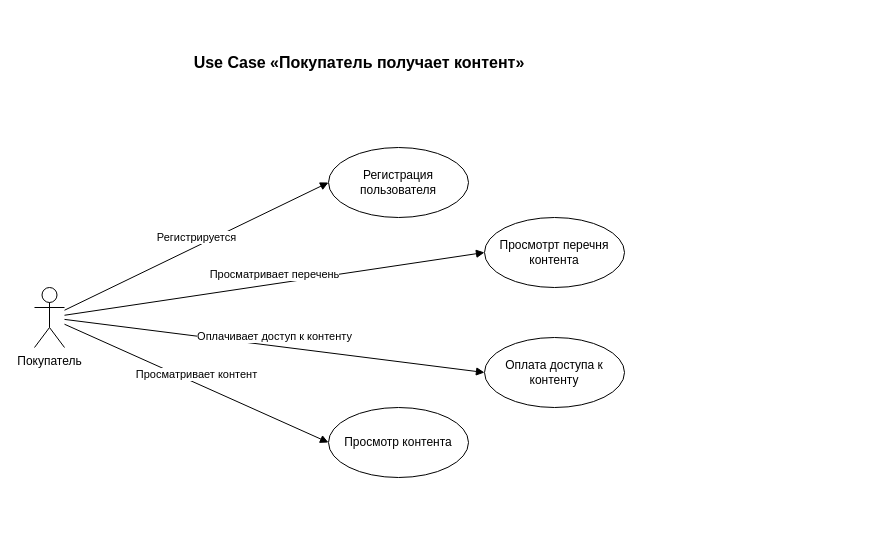
This is page "use-case-2" (3 of 3) of hw1/(1) use-cases.drawio from Slezkin-AV/microservice_hw, a draw.io file, before an edit. Source tidied: cells renumbered, new cells numbered last; positions are measured from the earlier drawing's top-left corner, leaving out a move shared by most shapes. Both pictures are drawn from the tidied source at 100%, with x=0, y=0 at pixel (34, 47).
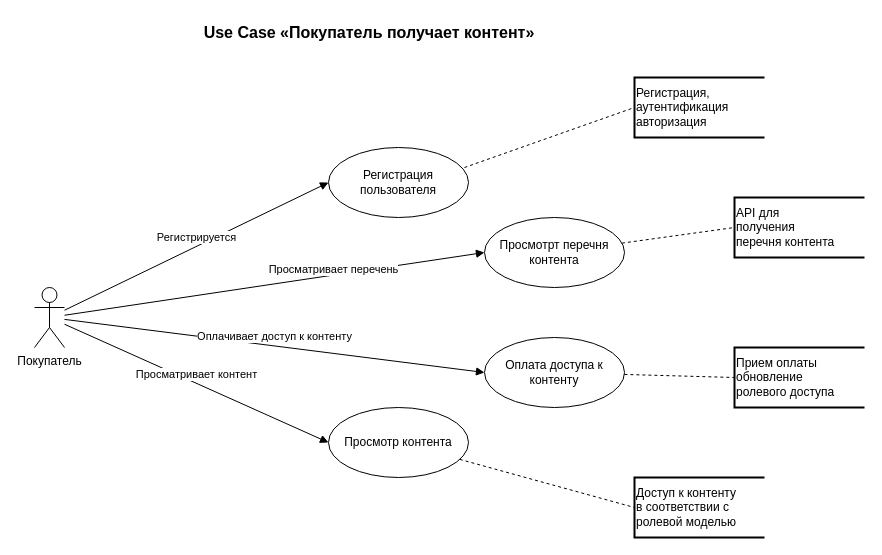
The same page after the edit.

Change to the diagram source:
```diff
@@
 <mxGraphModel>
   <root>
     <mxCell id="0" />
     <mxCell id="1" parent="0" />
     <mxCell id="2" value="Покупатель" style="shape=umlActor;verticalLabelPosition=bottom;verticalAlign=top;html=1;" parent="1" vertex="1">
       <mxGeometry y="240" width="30" height="60" as="geometry" />
     </mxCell>
     <mxCell id="3" value="Use Case «Покупатель получает контент»" style="text;html=1;align=center;verticalAlign=middle;whiteSpace=wrap;rounded=0;fontSize=16;fontStyle=1;" parent="1" vertex="1">
-      <mxGeometry x="100" width="450" height="30" as="geometry" />
+      <mxGeometry x="110" y="-30" width="450" height="30" as="geometry" />
     </mxCell>
     <mxCell id="4" value="Регистрация пользователя" style="ellipse;whiteSpace=wrap;html=1;" parent="1" vertex="1">
       <mxGeometry x="294" y="100" width="140" height="70" as="geometry" />
     </mxCell>
     <mxCell id="5" value="Регистрируется" style="html=1;verticalAlign=bottom;endArrow=block;curved=0;rounded=0;entryX=0;entryY=0.5;entryDx=0;entryDy=0;" parent="1" edge="1" source="2" target="4">
       <mxGeometry relative="1" as="geometry" />
     </mxCell>
     <mxCell id="6" value="Просмотрт перечня контента" style="ellipse;whiteSpace=wrap;html=1;" parent="1" vertex="1">
       <mxGeometry x="450" y="170" width="140" height="70" as="geometry" />
     </mxCell>
     <mxCell id="7" value="Просматривает перечень" style="html=1;verticalAlign=bottom;endArrow=block;curved=0;rounded=0;entryX=0;entryY=0.5;entryDx=0;entryDy=0;" parent="1" edge="1" source="2" target="6">
-      <mxGeometry relative="1" as="geometry" />
+      <mxGeometry x="0.28" y="-3" relative="1" as="geometry" />
     </mxCell>
     <mxCell id="8" value="Оплата доступа к контенту" style="ellipse;whiteSpace=wrap;html=1;" parent="1" vertex="1">
       <mxGeometry x="450" y="290" width="140" height="70" as="geometry" />
     </mxCell>
     <mxCell id="9" value="Просмотр контента" style="ellipse;whiteSpace=wrap;html=1;" parent="1" vertex="1">
       <mxGeometry x="294" y="360" width="140" height="70" as="geometry" />
     </mxCell>
     <mxCell id="10" value="Оплачивает доступ к контенту" style="html=1;verticalAlign=bottom;endArrow=block;curved=0;rounded=0;entryX=0;entryY=0.5;entryDx=0;entryDy=0;" parent="1" edge="1" source="2" target="8">
       <mxGeometry relative="1" as="geometry" />
     </mxCell>
     <mxCell id="11" value="Просматривает контент" style="html=1;verticalAlign=bottom;endArrow=block;curved=0;rounded=0;entryX=0;entryY=0.5;entryDx=0;entryDy=0;" parent="1" edge="1" source="2" target="9">
       <mxGeometry relative="1" as="geometry" />
     </mxCell>
+    <mxCell id="12" value="Регистрация,&lt;div&gt;аутентификация&lt;/div&gt;&lt;div&gt;авторизация&lt;/div&gt;" style="strokeWidth=2;html=1;shape=mxgraph.flowchart.annotation_1;align=left;" parent="1" vertex="1">
+      <mxGeometry x="600" y="30" width="130" height="60" as="geometry" />
+    </mxCell>
+    <mxCell id="13" style="endArrow=none;dashed=1;html=1;rounded=0;entryX=0;entryY=0.5;entryDx=0;entryDy=0;entryPerimeter=0;exitX=0.971;exitY=0.286;exitDx=0;exitDy=0;exitPerimeter=0;" parent="1" edge="1" source="4" target="12">
+      <mxGeometry relative="1" as="geometry" />
+    </mxCell>
+    <mxCell id="14" value="API для&amp;nbsp;&lt;div&gt;получения&amp;nbsp;&lt;/div&gt;&lt;div&gt;перечня контента&lt;/div&gt;" style="strokeWidth=2;html=1;shape=mxgraph.flowchart.annotation_1;align=left;" parent="1" vertex="1">
+      <mxGeometry x="700" y="150" width="130" height="60" as="geometry" />
+    </mxCell>
+    <mxCell id="15" style="endArrow=none;dashed=1;html=1;rounded=0;entryX=0;entryY=0.5;entryDx=0;entryDy=0;entryPerimeter=0;" parent="1" edge="1" source="6" target="14">
+      <mxGeometry relative="1" as="geometry" />
+    </mxCell>
+    <mxCell id="16" value="Прием оплаты&lt;div&gt;обновление&amp;nbsp;&lt;/div&gt;&lt;div&gt;ролевого доступа&lt;/div&gt;" style="strokeWidth=2;html=1;shape=mxgraph.flowchart.annotation_1;align=left;" parent="1" vertex="1">
+      <mxGeometry x="700" y="300" width="130" height="60" as="geometry" />
+    </mxCell>
+    <mxCell id="17" style="endArrow=none;dashed=1;html=1;rounded=0;entryX=0;entryY=0.5;entryDx=0;entryDy=0;entryPerimeter=0;" parent="1" edge="1" source="8" target="16">
+      <mxGeometry relative="1" as="geometry" />
+    </mxCell>
+    <mxCell id="18" value="Доступ к контенту&lt;div&gt;в соответствии с&lt;/div&gt;&lt;div&gt;ролевой&amp;nbsp;&lt;span style=&quot;background-color: initial;&quot;&gt;моделью&lt;/span&gt;&lt;/div&gt;" style="strokeWidth=2;html=1;shape=mxgraph.flowchart.annotation_1;align=left;" parent="1" vertex="1">
+      <mxGeometry x="600" y="430" width="130" height="60" as="geometry" />
+    </mxCell>
+    <mxCell id="19" style="endArrow=none;dashed=1;html=1;rounded=0;entryX=0;entryY=0.5;entryDx=0;entryDy=0;entryPerimeter=0;" parent="1" edge="1" source="9" target="18">
+      <mxGeometry relative="1" as="geometry" />
+    </mxCell>
   </root>
 </mxGraphModel>
```
